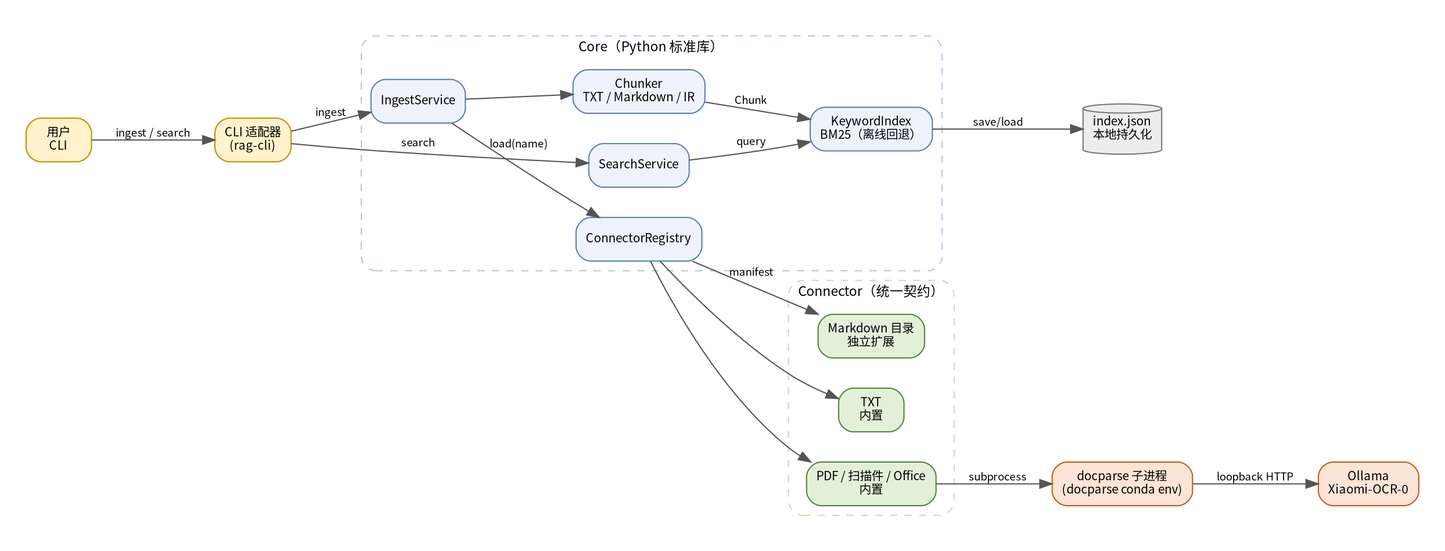
This is project/docs/diagrams/architecture.png from H-wonder/RAG_multidocs, a Graphviz export, as it was before one commit. Its source is kept beside it as project/docs/diagrams/architecture.dot. The source it was exported from:
```dot
digraph architecture {
  rankdir=LR;
  graph [fontname="Noto Sans CJK SC", fontsize=11, pad=0.3, nodesep=0.35, ranksep=0.55];
  node [shape=box, style="rounded,filled", fontname="Noto Sans CJK SC", fontsize=10,
        fillcolor="#eef3fb", color="#5b7db1"];
  edge [fontname="Noto Sans CJK SC", fontsize=9, color="#555555"];

  user [label="用户\nCLI", fillcolor="#fff2cc", color="#bf9000"];
  cli [label="CLI 适配器\n(rag-cli)", fillcolor="#fff2cc", color="#bf9000"];

  subgraph cluster_core {
    label="Core（Python 标准库）";
    fontname="Noto Sans CJK SC";
    color="#b4c6e7";
    style="rounded,dashed";
    ingest [label="IngestService"];
    search [label="SearchService"];
    registry [label="ConnectorRegistry"];
    chunker [label="Chunker\nTXT / Markdown / IR"];
    index [label="KeywordIndex\nBM25（离线回退）"];
  }

  subgraph cluster_connectors {
    label="Connector（统一契约）";
    fontname="Noto Sans CJK SC";
    color="#c6e0b4";
    style="rounded,dashed";
    txt [label="TXT\n内置", fillcolor="#e2f0d9", color="#548235"];
    pdf [label="PDF / 扫描件 / Office\n内置", fillcolor="#e2f0d9", color="#548235"];
    md [label="Markdown 目录\n独立扩展", fillcolor="#e2f0d9", color="#548235"];
  }

  docparse [label="docparse 子进程\n(docparse conda env)", fillcolor="#fce4d6", color="#c55a11"];
  ollama [label="Ollama\nXiaomi-OCR-0", fillcolor="#fce4d6", color="#c55a11"];
  disk [label="index.json\n本地持久化", shape=cylinder, fillcolor="#ededed", color="#777777"];

  user -> cli [label="ingest / search"];
  cli -> ingest [label="ingest"];
  cli -> search [label="search"];
  ingest -> registry [label="load(name)"];
  registry -> txt;
  registry -> pdf;
  registry -> md [label="manifest"];
  ingest -> chunker;
  chunker -> index [label="Chunk"];
  search -> index [label="query"];
  index -> disk [label="save/load"];
  pdf -> docparse [label="subprocess"];
  docparse -> ollama [label="loopback HTTP"];
}
```
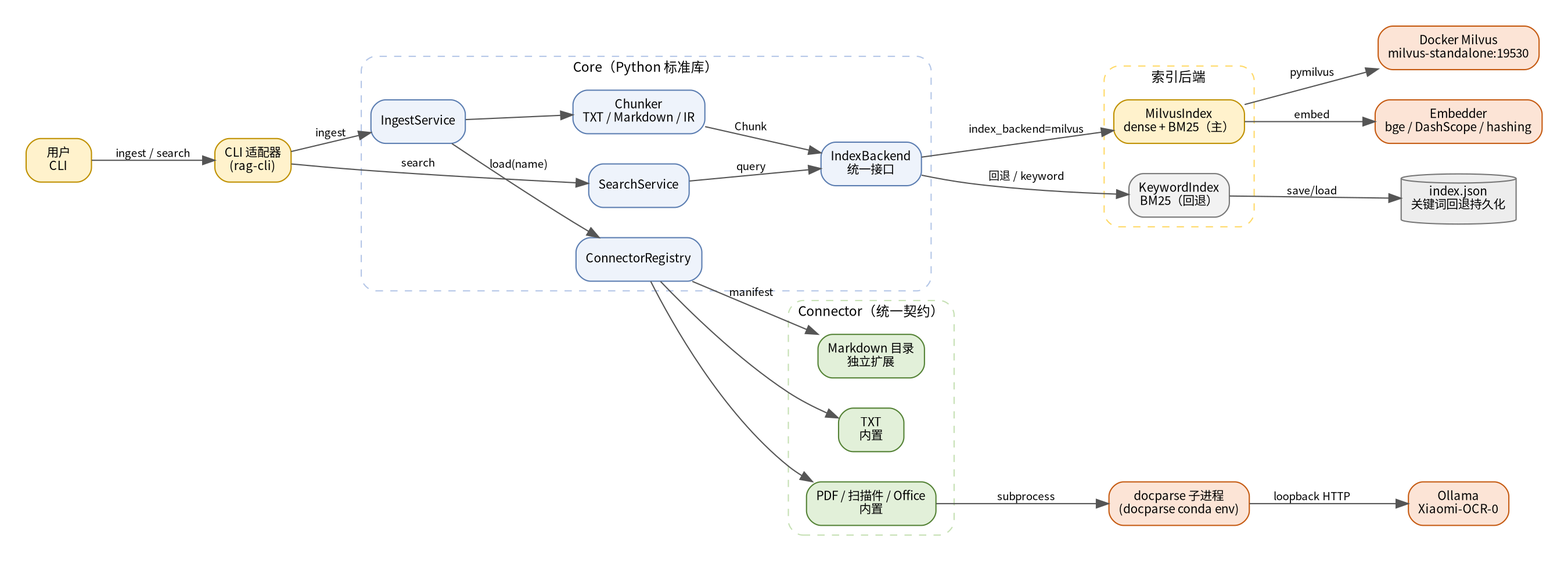
Later version of the same file.

Diff of the diagram source:
```diff
@@ -17,7 +17,7 @@
     search [label="SearchService"];
     registry [label="ConnectorRegistry"];
     chunker [label="Chunker\nTXT / Markdown / IR"];
-    index [label="KeywordIndex\nBM25（离线回退）"];
+    backend [label="IndexBackend\n统一接口"];
   }
 
   subgraph cluster_connectors {
@@ -30,9 +30,20 @@
     md [label="Markdown 目录\n独立扩展", fillcolor="#e2f0d9", color="#548235"];
   }
 
+  subgraph cluster_index {
+    label="索引后端";
+    fontname="Noto Sans CJK SC";
+    color="#ffd966";
+    style="rounded,dashed";
+    milvus_idx [label="MilvusIndex\ndense + BM25（主）", fillcolor="#fff2cc", color="#bf9000"];
+    keyword_idx [label="KeywordIndex\nBM25（回退）", fillcolor="#f2f2f2", color="#777777"];
+  }
+
+  embedder [label="Embedder\nbge / DashScope / hashing", fillcolor="#fce4d6", color="#c55a11"];
+  milvus [label="Docker Milvus\nmilvus-standalone:19530", fillcolor="#fce4d6", color="#c55a11"];
   docparse [label="docparse 子进程\n(docparse conda env)", fillcolor="#fce4d6", color="#c55a11"];
   ollama [label="Ollama\nXiaomi-OCR-0", fillcolor="#fce4d6", color="#c55a11"];
-  disk [label="index.json\n本地持久化", shape=cylinder, fillcolor="#ededed", color="#777777"];
+  disk [label="index.json\n关键词回退持久化", shape=cylinder, fillcolor="#ededed", color="#777777"];
 
   user -> cli [label="ingest / search"];
   cli -> ingest [label="ingest"];
@@ -42,9 +53,13 @@
   registry -> pdf;
   registry -> md [label="manifest"];
   ingest -> chunker;
-  chunker -> index [label="Chunk"];
-  search -> index [label="query"];
-  index -> disk [label="save/load"];
+  chunker -> backend [label="Chunk"];
+  search -> backend [label="query"];
+  backend -> milvus_idx [label="index_backend=milvus"];
+  backend -> keyword_idx [label="回退 / keyword"];
+  milvus_idx -> embedder [label="embed"];
+  milvus_idx -> milvus [label="pymilvus"];
+  keyword_idx -> disk [label="save/load"];
   pdf -> docparse [label="subprocess"];
   docparse -> ollama [label="loopback HTTP"];
 }
```
